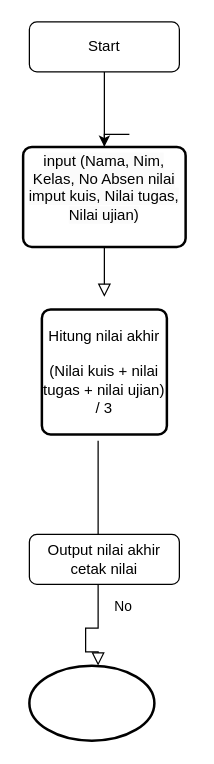
The draw.io diagram Flowchart study case daspro3.drawio in ZukhrufianAbdullah/daspro-jobsheet3, before the edit. Source tidied: cells renumbered, new cells numbered last; positions are measured from the earlier drawing's top-left corner, leaving out a move shared by most shapes. Both pictures are drawn from the tidied source at 125%, with x=0, y=0 at pixel (22, 21).
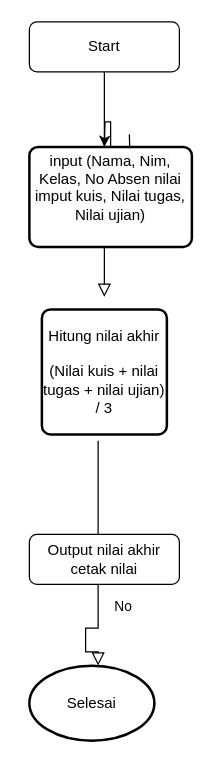
The same page after the edit.

Diff of the diagram source:
```diff
@@
 <mxGraphModel>
   <root>
     <mxCell id="0" />
     <mxCell id="1" parent="0" />
     <mxCell id="2" style="rounded=0;html=1;jettySize=auto;fontSize=11;endArrow=block;endFill=0;endSize=8;strokeWidth=1;shadow=0;labelBackgroundColor=none;edgeStyle=orthogonalEdgeStyle;entryX=0.5;entryY=0;entryDx=0;entryDy=0;" parent="1" edge="1" source="3">
       <mxGeometry relative="1" as="geometry">
         <mxPoint x="65" y="220" as="targetPoint" />
       </mxGeometry>
     </mxCell>
     <mxCell id="3" value="Start" style="rounded=1;whiteSpace=wrap;html=1;fontSize=12;glass=0;strokeWidth=1;shadow=0;" parent="1" vertex="1">
       <mxGeometry x="5" width="120" height="40" as="geometry" />
     </mxCell>
-    <mxCell id="4" style="edgeStyle=orthogonalEdgeStyle;rounded=0;orthogonalLoop=1;jettySize=auto;html=1;" parent="1" edge="1">
+    <mxCell id="4" style="edgeStyle=orthogonalEdgeStyle;rounded=0;jettySize=auto;html=1;" parent="1" edge="1" source="7">
       <mxGeometry relative="1" as="geometry">
-        <mxPoint x="85" y="90" as="sourcePoint" />
         <mxPoint x="65" y="100" as="targetPoint" />
       </mxGeometry>
     </mxCell>
     <mxCell id="5" value="No" style="rounded=0;html=1;jettySize=auto;orthogonalLoop=1;fontSize=11;endArrow=block;endFill=0;endSize=8;strokeWidth=1;shadow=0;labelBackgroundColor=none;edgeStyle=orthogonalEdgeStyle;" parent="1" edge="1">
       <mxGeometry x="0.33" y="20" relative="1" as="geometry">
         <mxPoint x="60" y="335" as="sourcePoint" />
         <mxPoint x="60" y="515" as="targetPoint" />
         <Array as="points">
           <mxPoint x="60" y="485" />
           <mxPoint x="50" y="485" />
           <mxPoint x="50" y="504" />
           <mxPoint x="60" y="504" />
         </Array>
       </mxGeometry>
     </mxCell>
     <mxCell id="6" value="Output nilai akhir cetak nilai" style="rounded=1;whiteSpace=wrap;html=1;fontSize=12;glass=0;strokeWidth=1;shadow=0;" parent="1" vertex="1">
       <mxGeometry x="5" y="410" width="120" height="40" as="geometry" />
     </mxCell>
-    <mxCell id="7" value="&#10;&lt;span style=&quot;color: rgb(0, 0, 0); font-family: Helvetica; font-size: 12px; font-style: normal; font-variant-ligatures: normal; font-variant-caps: normal; font-weight: 400; letter-spacing: normal; orphans: 2; text-align: center; text-indent: 0px; text-transform: none; widows: 2; word-spacing: 0px; -webkit-text-stroke-width: 0px; white-space: normal; background-color: rgb(251, 251, 251); text-decoration-thickness: initial; text-decoration-style: initial; text-decoration-color: initial; display: inline !important; float: none;&quot;&gt;input (Nama, Nim, Kelas, No Absen nilai imput kuis, Nilai tugas, Nilai ujian)&lt;/span&gt;&#10;&#10;" style="rounded=1;whiteSpace=wrap;html=1;absoluteArcSize=1;arcSize=14;strokeWidth=2;" parent="1" vertex="1">
-      <mxGeometry y="100" width="130" height="80" as="geometry" />
-    </mxCell>
     <mxCell id="8" style="rounded=0;html=1;jettySize=auto;fontSize=11;endArrow=block;endFill=0;endSize=8;strokeWidth=1;shadow=0;labelBackgroundColor=none;edgeStyle=orthogonalEdgeStyle;" parent="1" edge="1" target="9">
       <mxGeometry x="0.33" y="20" relative="1" as="geometry">
         <mxPoint x="65" y="300" as="sourcePoint" />
       </mxGeometry>
     </mxCell>
     <mxCell id="9" value="Hitung nilai akhir&lt;div&gt;&lt;br&gt;&lt;/div&gt;&lt;div&gt;(Nilai kuis + nilai tugas + nilai ujian) / 3&lt;/div&gt;" style="rounded=1;whiteSpace=wrap;html=1;absoluteArcSize=1;arcSize=14;strokeWidth=2;" parent="1" vertex="1">
       <mxGeometry x="15" y="230" width="100" height="100" as="geometry" />
     </mxCell>
-    <mxCell id="10" style="strokeWidth=2;html=1;shape=mxgraph.flowchart.start_1;whiteSpace=wrap;" parent="1" vertex="1">
+    <mxCell id="10" value="Selesai" style="strokeWidth=2;html=1;shape=mxgraph.flowchart.start_1;whiteSpace=wrap;" parent="1" vertex="1">
       <mxGeometry x="5" y="515" width="100" height="60" as="geometry" />
     </mxCell>
+    <mxCell id="11" style="edgeStyle=orthogonalEdgeStyle;rounded=0;jettySize=auto;html=1;" parent="1" edge="1" target="7">
+      <mxGeometry relative="1" as="geometry">
+        <mxPoint x="85" y="90" as="sourcePoint" />
+      </mxGeometry>
+    </mxCell>
+    <mxCell id="7" value="&#10;&lt;span style=&quot;color: rgb(0, 0, 0); font-family: Helvetica; font-size: 12px; font-style: normal; font-variant-ligatures: normal; font-variant-caps: normal; font-weight: 400; letter-spacing: normal; orphans: 2; text-align: center; text-indent: 0px; text-transform: none; widows: 2; word-spacing: 0px; -webkit-text-stroke-width: 0px; white-space: normal; background-color: rgb(251, 251, 251); text-decoration-thickness: initial; text-decoration-style: initial; text-decoration-color: initial; display: inline !important; float: none;&quot;&gt;input (Nama, Nim, Kelas, No Absen nilai imput kuis, Nilai tugas, Nilai ujian)&lt;/span&gt;&#10;&#10;" style="rounded=1;whiteSpace=wrap;html=1;absoluteArcSize=1;arcSize=14;strokeWidth=2;" parent="1" vertex="1">
+      <mxGeometry x="5" y="100" width="130" height="80" as="geometry" />
+    </mxCell>
   </root>
 </mxGraphModel>
```
